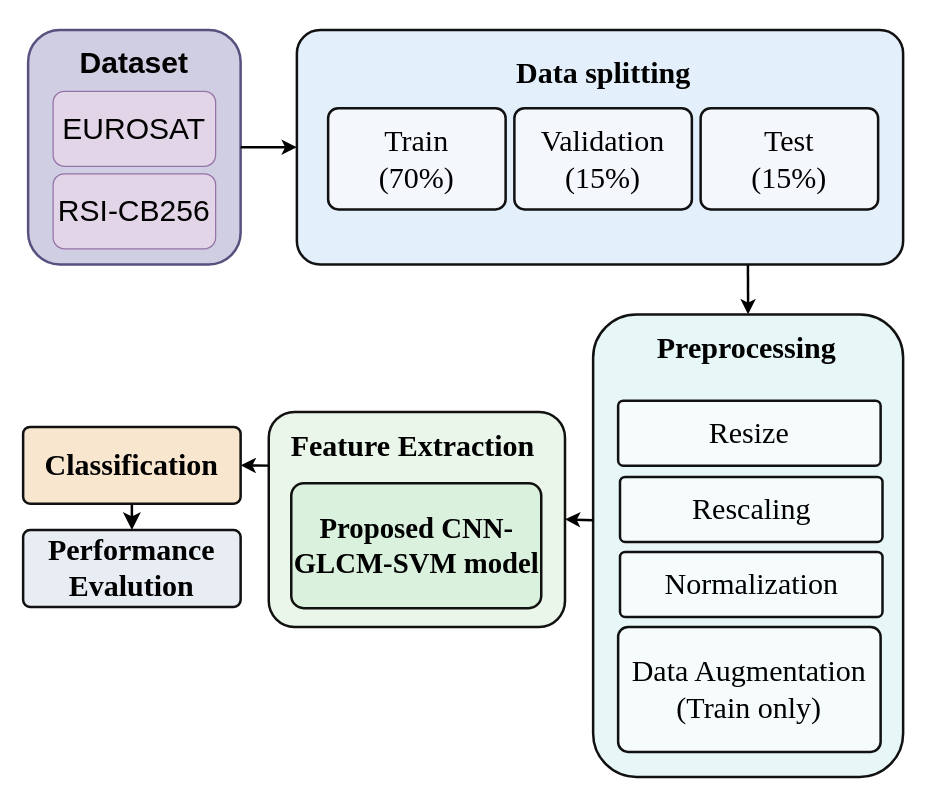
This is glcm blk.drawio from fac010150-cyber/draw_io, a draw.io file, before an edit. Source tidied: cells renumbered, new cells numbered last; positions are measured from the earlier drawing's top-left corner, leaving out a move shared by most shapes. Both pictures are drawn from the tidied source at 125%, with x=0, y=0 at pixel (22, 21).
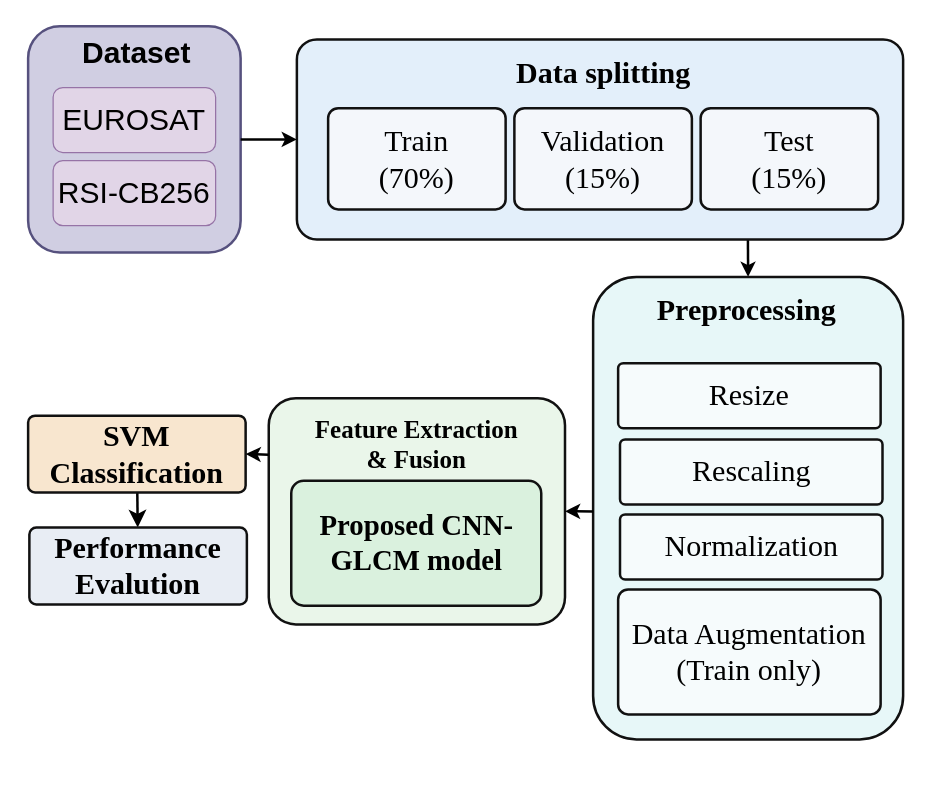
Above is the later version.

What changed in the source:
```diff
@@
     <mxCell id="3" style="rounded=1;whiteSpace=wrap;html=1;arcSize=10;fillColor=#E3EFFA;strokeColor=#111111;strokeWidth=2;" parent="1" vertex="1">
-      <mxGeometry x="219" y="6.5" width="485" height="187.5" as="geometry" />
+      <mxGeometry x="219" y="14" width="485" height="160" as="geometry" />
     </mxCell>
@@
     <mxCell id="8" style="rounded=1;whiteSpace=wrap;html=1;arcSize=14;fillColor=#E7F7F8;strokeColor=#111111;strokeWidth=2;" parent="1" vertex="1">
-      <mxGeometry x="456" y="234" width="248" height="370" as="geometry" />
+      <mxGeometry x="456" y="204" width="248" height="370" as="geometry" />
     </mxCell>
     <mxCell id="9" value="Preprocessing" style="text;html=1;strokeColor=none;fillColor=none;align=center;verticalAlign=middle;whiteSpace=wrap;fontFamily=Times New Roman;fontSize=24;fontStyle=1;" parent="1" vertex="1">
-      <mxGeometry x="504" y="246" width="150" height="30" as="geometry" />
+      <mxGeometry x="504" y="216" width="150" height="30" as="geometry" />
     </mxCell>
     <mxCell id="10" value="Resize" style="rounded=1;whiteSpace=wrap;html=1;arcSize=8;fillColor=#F6FBFC;strokeColor=#111111;strokeWidth=2;fontFamily=Times New Roman;fontSize=24;align=center;verticalAlign=middle;" parent="1" vertex="1">
-      <mxGeometry x="476" y="303" width="210" height="52" as="geometry" />
+      <mxGeometry x="476" y="273" width="210" height="52" as="geometry" />
     </mxCell>
     <mxCell id="11" value="&lt;div&gt;Data Augmentation&lt;/div&gt;(Train only)" style="rounded=1;whiteSpace=wrap;html=1;arcSize=8;fillColor=#F6FBFC;strokeColor=#111111;strokeWidth=2;fontFamily=Times New Roman;fontSize=24;align=center;verticalAlign=middle;" parent="1" vertex="1">
-      <mxGeometry x="476" y="484" width="210" height="100" as="geometry" />
+      <mxGeometry x="476" y="454" width="210" height="100" as="geometry" />
     </mxCell>
     <mxCell id="12" value="Rescaling" style="rounded=1;whiteSpace=wrap;html=1;arcSize=8;fillColor=#F6FBFC;strokeColor=#111111;strokeWidth=2;fontFamily=Times New Roman;fontSize=24;align=center;verticalAlign=middle;" parent="1" vertex="1">
-      <mxGeometry x="477.5" y="364" width="210" height="52" as="geometry" />
+      <mxGeometry x="477.5" y="334" width="210" height="52" as="geometry" />
     </mxCell>
     <mxCell id="13" value="Normalization" style="rounded=1;whiteSpace=wrap;html=1;arcSize=8;fillColor=#F6FBFC;strokeColor=#111111;strokeWidth=2;fontFamily=Times New Roman;fontSize=24;align=center;verticalAlign=middle;" parent="1" vertex="1">
-      <mxGeometry x="477.5" y="424" width="210" height="52" as="geometry" />
+      <mxGeometry x="477.5" y="394" width="210" height="52" as="geometry" />
     </mxCell>
     <mxCell id="14" style="rounded=1;whiteSpace=wrap;html=1;arcSize=12;fillColor=#EAF6EA;strokeColor=#111111;strokeWidth=2;" parent="1" vertex="1">
-      <mxGeometry x="196.5" y="312" width="237" height="172" as="geometry" />
+      <mxGeometry x="196.5" y="301" width="237" height="181" as="geometry" />
     </mxCell>
-    <mxCell id="15" value="Feature Extraction" style="text;html=1;strokeColor=none;fillColor=none;align=center;verticalAlign=middle;whiteSpace=wrap;fontFamily=Times New Roman;fontSize=24;fontStyle=1;" parent="1" vertex="1">
-      <mxGeometry x="211.5" y="324" width="200" height="32" as="geometry" />
+    <mxCell id="15" value="&lt;div&gt;Feature Extraction&lt;/div&gt;&amp;amp; Fusion" style="text;html=1;strokeColor=none;fillColor=none;align=center;verticalAlign=middle;whiteSpace=wrap;fontFamily=Times New Roman;fontSize=20;fontStyle=1;" parent="1" vertex="1">
+      <mxGeometry x="214.5" y="321" width="200" height="32" as="geometry" />
     </mxCell>
-    <mxCell id="16" value="&lt;b&gt;Proposed CNN-GLCM-SVM model&lt;/b&gt;" style="rounded=1;whiteSpace=wrap;html=1;arcSize=10;fillColor=#DAF1DE;strokeColor=#111111;strokeWidth=2;fontFamily=Times New Roman;fontSize=23;align=center;verticalAlign=middle;" parent="1" vertex="1">
-      <mxGeometry x="214.5" y="369" width="200" height="100" as="geometry" />
+    <mxCell id="16" value="&lt;span&gt;Proposed CNN-GLCM model&lt;/span&gt;" style="rounded=1;whiteSpace=wrap;html=1;arcSize=10;fillColor=#DAF1DE;strokeColor=#111111;strokeWidth=2;fontFamily=Times New Roman;fontSize=23;align=center;verticalAlign=middle;fontStyle=1;" parent="1" vertex="1">
+      <mxGeometry x="214.5" y="367" width="200" height="100" as="geometry" />
     </mxCell>
@@
-    <mxCell id="18" value="Classification" style="rounded=1;whiteSpace=wrap;html=1;arcSize=9;fillColor=#F8E6CF;strokeColor=#111111;strokeWidth=2;fontFamily=Times New Roman;fontSize=24;align=center;verticalAlign=middle;fontStyle=1;" parent="1" vertex="1">
-      <mxGeometry y="324" width="174" height="61.5" as="geometry" />
+    <mxCell id="18" value="&lt;div&gt;SVM&lt;/div&gt;&lt;div&gt;Classification&lt;/div&gt;" style="rounded=1;whiteSpace=wrap;html=1;arcSize=9;fillColor=#F8E6CF;strokeColor=#111111;strokeWidth=2;fontFamily=Times New Roman;fontSize=24;align=center;verticalAlign=middle;fontStyle=1;" parent="1" vertex="1">
+      <mxGeometry x="4" y="315" width="174" height="61.5" as="geometry" />
     </mxCell>
     <mxCell id="19" value="Performance&lt;br&gt;Evalution" style="rounded=1;whiteSpace=wrap;html=1;arcSize=9;fillColor=#E8EDF4;strokeColor=#111111;strokeWidth=2;fontFamily=Times New Roman;fontSize=24;align=center;verticalAlign=middle;fontStyle=1;" parent="1" vertex="1">
-      <mxGeometry y="406.5" width="174" height="61.5" as="geometry" />
+      <mxGeometry x="5" y="404.5" width="174" height="61.5" as="geometry" />
     </mxCell>
     <mxCell id="20" style="rounded=1;whiteSpace=wrap;html=1;roundedPerimeter=1;fillColor=#d0cee2;strokeColor=#56517e;strokeWidth=2;" parent="1" vertex="1">
-      <mxGeometry x="4" y="6.5" width="170" height="187.5" as="geometry" />
+      <mxGeometry x="4" y="3.5" width="170" height="181" as="geometry" />
     </mxCell>
     <mxCell id="21" value="EUROSAT" style="rounded=1;whiteSpace=wrap;html=1;roundedPerimeter=1;fillColor=#e1d5e7;strokeColor=#9673a6;fontSize=24;" parent="1" vertex="1">
-      <mxGeometry x="24" y="55.5" width="130" height="60" as="geometry" />
+      <mxGeometry x="24" y="52.5" width="130" height="52" as="geometry" />
     </mxCell>
     <mxCell id="22" value="RSI-CB256" style="rounded=1;whiteSpace=wrap;html=1;roundedPerimeter=1;fillColor=#e1d5e7;strokeColor=#9673a6;fontSize=24;" parent="1" vertex="1">
-      <mxGeometry x="24" y="121.5" width="130" height="60" as="geometry" />
+      <mxGeometry x="24" y="111" width="130" height="52" as="geometry" />
     </mxCell>
     <mxCell id="23" value="&lt;span&gt;Dataset&lt;/span&gt;" style="text;html=1;whiteSpace=wrap;strokeColor=none;fillColor=none;align=center;verticalAlign=middle;rounded=0;fontSize=24;fontStyle=1;" parent="1" vertex="1">
-      <mxGeometry x="24" y="-0.5" width="130" height="67.5" as="geometry" />
+      <mxGeometry x="26" y="4" width="130" height="41.5" as="geometry" />
     </mxCell>
@@
-    <mxCell id="25" style="edgeStyle=none;jettySize=auto;html=1;rounded=0;exitX=0;exitY=0.445;exitDx=0;exitDy=0;exitPerimeter=0;entryX=1;entryY=0.5;entryDx=0;entryDy=0;strokeWidth=2;" parent="1" edge="1" source="8" target="14">
-      <mxGeometry relative="1" as="geometry" />
+    <mxCell id="25" style="edgeStyle=none;jettySize=auto;html=1;rounded=0;exitX=0;exitY=0.445;exitDx=0;exitDy=0;exitPerimeter=0;entryX=1;entryY=0.5;entryDx=0;entryDy=0;strokeWidth=2;" parent="1" edge="1" target="14">
+      <mxGeometry relative="1" as="geometry">
+        <mxPoint x="456" y="391.7" as="sourcePoint" />
+      </mxGeometry>
     </mxCell>
```
